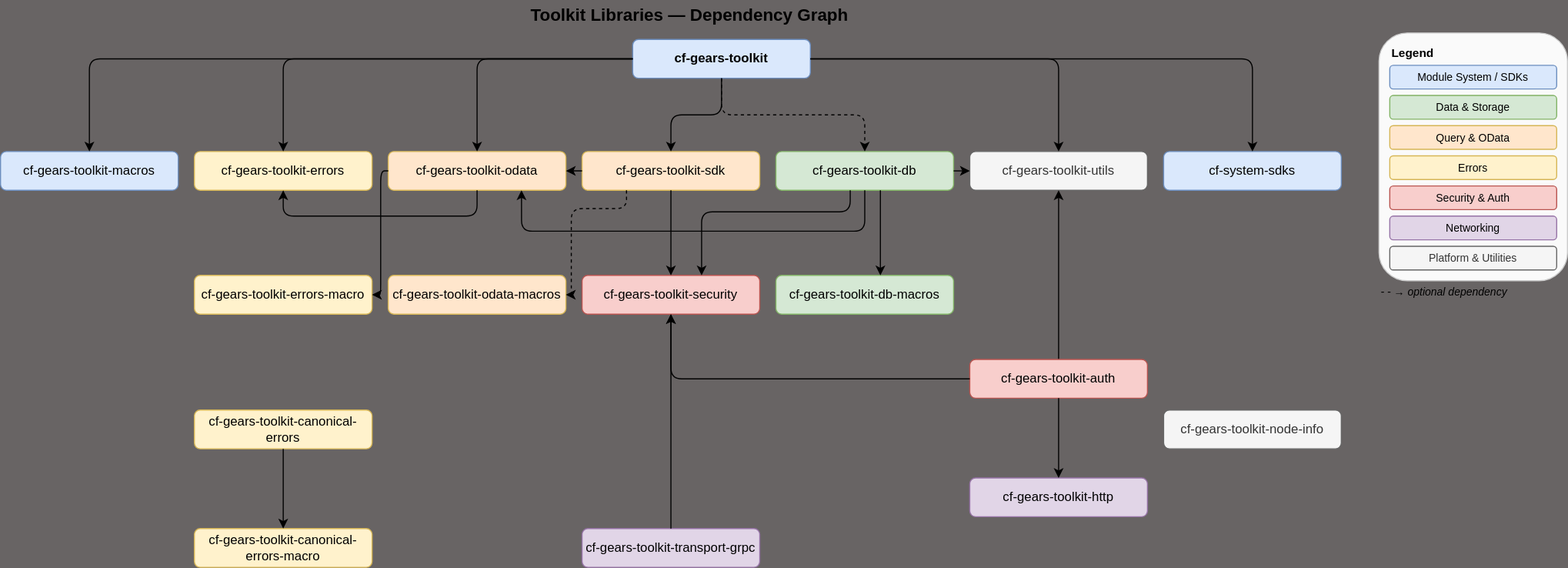
Earlier version of the draw.io export docs/assets/libs-dependencies.drawio.svg (Bechma/cf-docs). Source tidied: cells renumbered, new cells last; positions are measured from the earlier drawing's top-left corner, leaving out a move shared by most shapes. Its diagram source:
```xml
<mxGraphModel background="#686464">
  <root>
    <mxCell id="0" />
    <mxCell id="1" parent="0" />
    <mxCell id="2" value="ModKit Libraries — Dependency Graph" style="text;html=1;strokeColor=none;fillColor=none;align=center;verticalAlign=middle;whiteSpace=wrap;fontSize=16;fontStyle=1;" parent="1" vertex="1">
      <mxGeometry x="190" width="900" height="26" as="geometry" />
    </mxCell>
    <mxCell id="3" value="cf-modkit" style="rounded=1;whiteSpace=wrap;html=1;fillColor=#dae8fc;strokeColor=#6c8ebf;fontStyle=1;fontSize=12;" parent="1" vertex="1">
      <mxGeometry x="587" y="36" width="165" height="36" as="geometry" />
    </mxCell>
    <mxCell id="4" value="cf-modkit-macros" style="rounded=1;whiteSpace=wrap;html=1;fillColor=#dae8fc;strokeColor=#6c8ebf;" parent="1" vertex="1">
      <mxGeometry y="140" width="165" height="36" as="geometry" />
    </mxCell>
    <mxCell id="5" value="cf-modkit-errors" style="rounded=1;whiteSpace=wrap;html=1;fillColor=#fff2cc;strokeColor=#d6b656;" parent="1" vertex="1">
      <mxGeometry x="180" y="140" width="165" height="36" as="geometry" />
    </mxCell>
    <mxCell id="6" value="cf-modkit-odata" style="rounded=1;whiteSpace=wrap;html=1;fillColor=#ffe6cc;strokeColor=#d6b656;" parent="1" vertex="1">
      <mxGeometry x="360" y="140" width="165" height="36" as="geometry" />
    </mxCell>
    <mxCell id="7" value="cf-modkit-sdk" style="rounded=1;whiteSpace=wrap;html=1;fillColor=#ffe6cc;strokeColor=#d6b656;" parent="1" vertex="1">
      <mxGeometry x="540" y="140" width="165" height="36" as="geometry" />
    </mxCell>
    <mxCell id="8" value="cf-modkit-db" style="rounded=1;whiteSpace=wrap;html=1;fillColor=#d5e8d4;strokeColor=#82b366;" parent="1" vertex="1">
      <mxGeometry x="720" y="140" width="165" height="36" as="geometry" />
    </mxCell>
    <mxCell id="9" value="cf-modkit-utils" style="rounded=1;whiteSpace=wrap;html=1;fillColor=#f5f5f5;strokeColor=#666666;fontColor=#333333;" parent="1" vertex="1">
      <mxGeometry x="900" y="140" width="165" height="36" as="geometry" />
    </mxCell>
    <mxCell id="10" value="cf-system-sdks" style="rounded=1;whiteSpace=wrap;html=1;fillColor=#dae8fc;strokeColor=#6c8ebf;" parent="1" vertex="1">
      <mxGeometry x="1080" y="140" width="165" height="36" as="geometry" />
    </mxCell>
    <mxCell id="11" value="cf-modkit-errors-macro" style="rounded=1;whiteSpace=wrap;html=1;fillColor=#fff2cc;strokeColor=#d6b656;" parent="1" vertex="1">
      <mxGeometry x="180" y="255" width="165" height="36" as="geometry" />
    </mxCell>
    <mxCell id="12" value="cf-modkit-odata-macros" style="rounded=1;whiteSpace=wrap;html=1;fillColor=#ffe6cc;strokeColor=#d6b656;" parent="1" vertex="1">
      <mxGeometry x="360" y="255" width="165" height="36" as="geometry" />
    </mxCell>
    <mxCell id="13" value="cf-modkit-security" style="rounded=1;whiteSpace=wrap;html=1;fillColor=#f8cecc;strokeColor=#b85450;" parent="1" vertex="1">
      <mxGeometry x="540" y="255" width="165" height="36" as="geometry" />
    </mxCell>
    <mxCell id="14" value="cf-modkit-db-macros" style="rounded=1;whiteSpace=wrap;html=1;fillColor=#d5e8d4;strokeColor=#82b366;" parent="1" vertex="1">
      <mxGeometry x="720" y="255" width="165" height="36" as="geometry" />
    </mxCell>
    <mxCell id="15" style="edgeStyle=orthogonalEdgeStyle;rounded=0;jettySize=auto;html=1;exitX=0.5;exitY=0;exitDx=0;exitDy=0;entryX=0.5;entryY=1;entryDx=0;entryDy=0;" parent="1" edge="1" source="16" target="9">
      <mxGeometry relative="1" as="geometry" />
    </mxCell>
    <mxCell id="16" value="cf-modkit-auth" style="rounded=1;whiteSpace=wrap;html=1;fillColor=#f8cecc;strokeColor=#b85450;" parent="1" vertex="1">
      <mxGeometry x="900" y="333" width="165" height="36" as="geometry" />
    </mxCell>
    <mxCell id="17" value="cf-modkit-transport-grpc" style="rounded=1;whiteSpace=wrap;html=1;fillColor=#e1d5e7;strokeColor=#9673a6;" parent="1" vertex="1">
      <mxGeometry x="540" y="490" width="165" height="36" as="geometry" />
    </mxCell>
    <mxCell id="18" value="cf-modkit-canonical-errors" style="rounded=1;whiteSpace=wrap;html=1;fillColor=#fff2cc;strokeColor=#d6b656;" parent="1" vertex="1">
      <mxGeometry x="180" y="380" width="165" height="36" as="geometry" />
    </mxCell>
    <mxCell id="19" value="cf-modkit-node-info" style="rounded=1;whiteSpace=wrap;html=1;fillColor=#f5f5f5;strokeColor=#666666;fontColor=#333333;" parent="1" vertex="1">
      <mxGeometry x="1080" y="380" width="165" height="36" as="geometry" />
    </mxCell>
    <mxCell id="20" value="cf-modkit-http" style="rounded=1;whiteSpace=wrap;html=1;fillColor=#e1d5e7;strokeColor=#9673a6;" parent="1" vertex="1">
      <mxGeometry x="900" y="443" width="165" height="36" as="geometry" />
    </mxCell>
    <mxCell id="21" value="cf-modkit-canonical-errors-macro" style="rounded=1;whiteSpace=wrap;html=1;fillColor=#fff2cc;strokeColor=#d6b656;" parent="1" vertex="1">
      <mxGeometry x="180" y="490" width="165" height="36" as="geometry" />
    </mxCell>
    <mxCell id="22" style="rounded=1;whiteSpace=wrap;html=1;fillColor=#fafafa;strokeColor=#cccccc;" parent="1" vertex="1">
      <mxGeometry x="1280" y="30" width="175" height="230" as="geometry" />
    </mxCell>
    <mxCell id="23" value="Legend" style="text;html=1;strokeColor=none;fillColor=none;align=left;fontStyle=1;fontSize=11;" parent="1" vertex="1">
      <mxGeometry x="1290" y="36" width="155" height="20" as="geometry" />
    </mxCell>
    <mxCell id="24" value="Module System / SDKs" style="rounded=1;whiteSpace=wrap;html=1;fillColor=#dae8fc;strokeColor=#6c8ebf;fontSize=10;" parent="1" vertex="1">
      <mxGeometry x="1290" y="60" width="155" height="22" as="geometry" />
    </mxCell>
    <mxCell id="25" value="Data &amp; Storage" style="rounded=1;whiteSpace=wrap;html=1;fillColor=#d5e8d4;strokeColor=#82b366;fontSize=10;" parent="1" vertex="1">
      <mxGeometry x="1290" y="88" width="155" height="22" as="geometry" />
    </mxCell>
    <mxCell id="26" value="Query &amp; OData" style="rounded=1;whiteSpace=wrap;html=1;fillColor=#ffe6cc;strokeColor=#d6b656;fontSize=10;" parent="1" vertex="1">
      <mxGeometry x="1290" y="116" width="155" height="22" as="geometry" />
    </mxCell>
    <mxCell id="27" value="Errors" style="rounded=1;whiteSpace=wrap;html=1;fillColor=#fff2cc;strokeColor=#d6b656;fontSize=10;" parent="1" vertex="1">
      <mxGeometry x="1290" y="144" width="155" height="22" as="geometry" />
    </mxCell>
    <mxCell id="28" value="Security &amp; Auth" style="rounded=1;whiteSpace=wrap;html=1;fillColor=#f8cecc;strokeColor=#b85450;fontSize=10;" parent="1" vertex="1">
      <mxGeometry x="1290" y="172" width="155" height="22" as="geometry" />
    </mxCell>
    <mxCell id="29" value="Networking" style="rounded=1;whiteSpace=wrap;html=1;fillColor=#e1d5e7;strokeColor=#9673a6;fontSize=10;" parent="1" vertex="1">
      <mxGeometry x="1290" y="200" width="155" height="22" as="geometry" />
    </mxCell>
    <mxCell id="30" value="Platform &amp; Utilities" style="rounded=1;whiteSpace=wrap;html=1;fillColor=#f5f5f5;strokeColor=#666666;fontColor=#333333;fontSize=10;" parent="1" vertex="1">
      <mxGeometry x="1290" y="228" width="155" height="22" as="geometry" />
    </mxCell>
    <mxCell id="31" value="- - → optional dependency" style="text;html=1;strokeColor=none;fillColor=none;align=left;fontSize=10;fontStyle=2;" parent="1" vertex="1">
      <mxGeometry x="1280" y="258" width="175" height="18" as="geometry" />
    </mxCell>
    <mxCell id="32" style="edgeStyle=orthogonalEdgeStyle;" parent="1" edge="1" source="3" target="4">
      <mxGeometry relative="1" as="geometry" />
    </mxCell>
    <mxCell id="33" style="edgeStyle=orthogonalEdgeStyle;" parent="1" edge="1" source="3" target="5">
      <mxGeometry relative="1" as="geometry" />
    </mxCell>
    <mxCell id="34" style="edgeStyle=orthogonalEdgeStyle;" parent="1" edge="1" source="3" target="6">
      <mxGeometry relative="1" as="geometry" />
    </mxCell>
    <mxCell id="35" style="edgeStyle=orthogonalEdgeStyle;" parent="1" edge="1" source="3" target="7">
      <mxGeometry relative="1" as="geometry" />
    </mxCell>
    <mxCell id="36" style="edgeStyle=orthogonalEdgeStyle;dashed=1;" parent="1" edge="1" source="3" target="8">
      <mxGeometry relative="1" as="geometry" />
    </mxCell>
    <mxCell id="37" style="edgeStyle=orthogonalEdgeStyle;" parent="1" edge="1" source="3" target="9">
      <mxGeometry relative="1" as="geometry" />
    </mxCell>
    <mxCell id="38" style="edgeStyle=orthogonalEdgeStyle;" parent="1" edge="1" source="3" target="10">
      <mxGeometry relative="1" as="geometry" />
    </mxCell>
    <mxCell id="39" style="edgeStyle=orthogonalEdgeStyle;exitX=0.5;exitY=1;exitDx=0;exitDy=0;entryX=0.5;entryY=1;entryDx=0;entryDy=0;" parent="1" edge="1" source="6" target="5">
      <mxGeometry relative="1" as="geometry">
        <Array as="points">
          <mxPoint x="442" y="200" />
          <mxPoint x="262" y="200" />
        </Array>
      </mxGeometry>
    </mxCell>
    <mxCell id="40" style="edgeStyle=orthogonalEdgeStyle;" parent="1" edge="1" source="6" target="11">
      <mxGeometry relative="1" as="geometry">
        <Array as="points">
          <mxPoint x="353" y="158" />
          <mxPoint x="353" y="273" />
        </Array>
      </mxGeometry>
    </mxCell>
    <mxCell id="41" style="edgeStyle=orthogonalEdgeStyle;exitX=0;exitY=0.5;exitDx=0;exitDy=0;entryX=1;entryY=0.5;entryDx=0;entryDy=0;" parent="1" edge="1" source="7" target="6">
      <mxGeometry relative="1" as="geometry">
        <Array as="points">
          <mxPoint x="531" y="158" />
          <mxPoint x="531" y="158" />
        </Array>
      </mxGeometry>
    </mxCell>
    <mxCell id="42" style="edgeStyle=orthogonalEdgeStyle;" parent="1" edge="1" source="7" target="13">
      <mxGeometry relative="1" as="geometry" />
    </mxCell>
    <mxCell id="43" style="edgeStyle=orthogonalEdgeStyle;dashed=1;exitX=0.25;exitY=1;exitDx=0;exitDy=0;" parent="1" edge="1" source="7" target="12">
      <mxGeometry relative="1" as="geometry">
        <Array as="points">
          <mxPoint x="581" y="193" />
          <mxPoint x="530" y="193" />
          <mxPoint x="530" y="273" />
        </Array>
      </mxGeometry>
    </mxCell>
    <mxCell id="44" style="edgeStyle=orthogonalEdgeStyle;" parent="1" edge="1" source="8" target="14">
      <mxGeometry relative="1" as="geometry">
        <Array as="points">
          <mxPoint x="817" y="233" />
          <mxPoint x="817" y="233" />
        </Array>
      </mxGeometry>
    </mxCell>
    <mxCell id="45" style="edgeStyle=orthogonalEdgeStyle;" parent="1" edge="1" source="8" target="13">
      <mxGeometry relative="1" as="geometry">
        <Array as="points">
          <mxPoint x="789" y="196" />
          <mxPoint x="651" y="196" />
        </Array>
      </mxGeometry>
    </mxCell>
    <mxCell id="46" style="edgeStyle=orthogonalEdgeStyle;exitX=0.5;exitY=1;exitDx=0;exitDy=0;entryX=0.75;entryY=1;entryDx=0;entryDy=0;" parent="1" edge="1" source="8" target="6">
      <mxGeometry relative="1" as="geometry">
        <Array as="points">
          <mxPoint x="803" y="214" />
          <mxPoint x="484" y="214" />
        </Array>
      </mxGeometry>
    </mxCell>
    <mxCell id="47" style="edgeStyle=orthogonalEdgeStyle;exitX=1;exitY=0.5;exitDx=0;exitDy=0;entryX=0;entryY=0.5;entryDx=0;entryDy=0;" parent="1" edge="1" source="8" target="9">
      <mxGeometry relative="1" as="geometry">
        <Array as="points">
          <mxPoint x="891" y="158" />
          <mxPoint x="891" y="158" />
        </Array>
      </mxGeometry>
    </mxCell>
    <mxCell id="48" style="edgeStyle=orthogonalEdgeStyle;" parent="1" edge="1" source="16" target="13">
      <mxGeometry relative="1" as="geometry" />
    </mxCell>
    <mxCell id="49" style="edgeStyle=orthogonalEdgeStyle;" parent="1" edge="1" source="16" target="20">
      <mxGeometry relative="1" as="geometry" />
    </mxCell>
    <mxCell id="50" style="edgeStyle=orthogonalEdgeStyle;" parent="1" edge="1" source="17" target="13">
      <mxGeometry relative="1" as="geometry" />
    </mxCell>
    <mxCell id="51" style="edgeStyle=orthogonalEdgeStyle;" parent="1" edge="1" source="18" target="21">
      <mxGeometry relative="1" as="geometry" />
    </mxCell>
  </root>
</mxGraphModel>
```
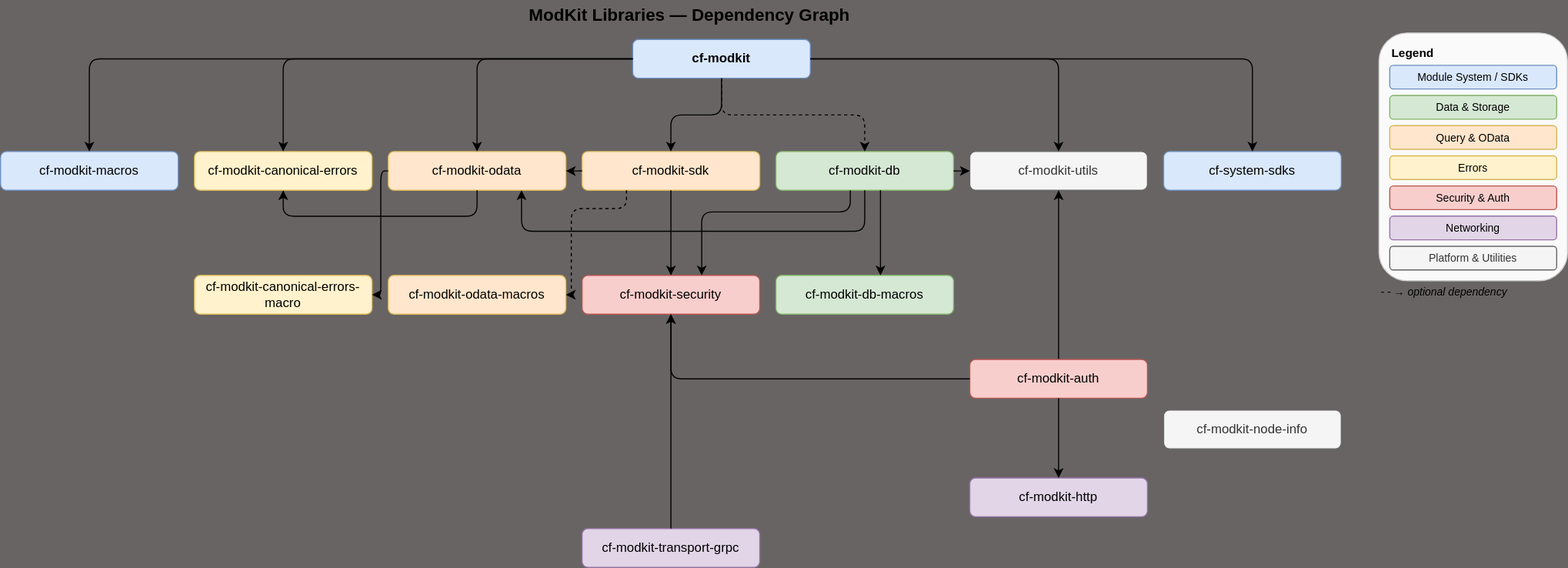
Later version of the same file.

Commit message:
Fix stale node names

What changed in the source:
```diff
@@ -11,7 +11,7 @@
     <mxCell id="4" value="cf-modkit-macros" style="rounded=1;whiteSpace=wrap;html=1;fillColor=#dae8fc;strokeColor=#6c8ebf;" parent="1" vertex="1">
       <mxGeometry y="140" width="165" height="36" as="geometry" />
     </mxCell>
-    <mxCell id="5" value="cf-modkit-errors" style="rounded=1;whiteSpace=wrap;html=1;fillColor=#fff2cc;strokeColor=#d6b656;" parent="1" vertex="1">
+    <mxCell id="5" value="cf-modkit-canonical-&lt;span style=&quot;background-color: transparent; color: light-dark(rgb(0, 0, 0), rgb(255, 255, 255));&quot;&gt;errors&lt;/span&gt;" style="rounded=1;whiteSpace=wrap;html=1;fillColor=#fff2cc;strokeColor=#d6b656;" parent="1" vertex="1">
       <mxGeometry x="180" y="140" width="165" height="36" as="geometry" />
     </mxCell>
     <mxCell id="6" value="cf-modkit-odata" style="rounded=1;whiteSpace=wrap;html=1;fillColor=#ffe6cc;strokeColor=#d6b656;" parent="1" vertex="1">
@@ -29,7 +29,7 @@
     <mxCell id="10" value="cf-system-sdks" style="rounded=1;whiteSpace=wrap;html=1;fillColor=#dae8fc;strokeColor=#6c8ebf;" parent="1" vertex="1">
       <mxGeometry x="1080" y="140" width="165" height="36" as="geometry" />
     </mxCell>
-    <mxCell id="11" value="cf-modkit-errors-macro" style="rounded=1;whiteSpace=wrap;html=1;fillColor=#fff2cc;strokeColor=#d6b656;" parent="1" vertex="1">
+    <mxCell id="11" value="cf-modkit-canonical-&lt;span style=&quot;background-color: transparent; color: light-dark(rgb(0, 0, 0), rgb(255, 255, 255));&quot;&gt;errors-macro&lt;/span&gt;" style="rounded=1;whiteSpace=wrap;html=1;fillColor=#fff2cc;strokeColor=#d6b656;" parent="1" vertex="1">
       <mxGeometry x="180" y="255" width="165" height="36" as="geometry" />
     </mxCell>
     <mxCell id="12" value="cf-modkit-odata-macros" style="rounded=1;whiteSpace=wrap;html=1;fillColor=#ffe6cc;strokeColor=#d6b656;" parent="1" vertex="1">
@@ -50,18 +50,12 @@
     <mxCell id="17" value="cf-modkit-transport-grpc" style="rounded=1;whiteSpace=wrap;html=1;fillColor=#e1d5e7;strokeColor=#9673a6;" parent="1" vertex="1">
       <mxGeometry x="540" y="490" width="165" height="36" as="geometry" />
     </mxCell>
-    <mxCell id="18" value="cf-modkit-canonical-errors" style="rounded=1;whiteSpace=wrap;html=1;fillColor=#fff2cc;strokeColor=#d6b656;" parent="1" vertex="1">
-      <mxGeometry x="180" y="380" width="165" height="36" as="geometry" />
-    </mxCell>
     <mxCell id="19" value="cf-modkit-node-info" style="rounded=1;whiteSpace=wrap;html=1;fillColor=#f5f5f5;strokeColor=#666666;fontColor=#333333;" parent="1" vertex="1">
       <mxGeometry x="1080" y="380" width="165" height="36" as="geometry" />
     </mxCell>
     <mxCell id="20" value="cf-modkit-http" style="rounded=1;whiteSpace=wrap;html=1;fillColor=#e1d5e7;strokeColor=#9673a6;" parent="1" vertex="1">
       <mxGeometry x="900" y="443" width="165" height="36" as="geometry" />
     </mxCell>
-    <mxCell id="21" value="cf-modkit-canonical-errors-macro" style="rounded=1;whiteSpace=wrap;html=1;fillColor=#fff2cc;strokeColor=#d6b656;" parent="1" vertex="1">
-      <mxGeometry x="180" y="490" width="165" height="36" as="geometry" />
-    </mxCell>
     <mxCell id="22" style="rounded=1;whiteSpace=wrap;html=1;fillColor=#fafafa;strokeColor=#cccccc;" parent="1" vertex="1">
       <mxGeometry x="1280" y="30" width="175" height="230" as="geometry" />
     </mxCell>
@@ -190,8 +184,5 @@
     <mxCell id="50" style="edgeStyle=orthogonalEdgeStyle;" parent="1" edge="1" source="17" target="13">
       <mxGeometry relative="1" as="geometry" />
     </mxCell>
-    <mxCell id="51" style="edgeStyle=orthogonalEdgeStyle;" parent="1" edge="1" source="18" target="21">
-      <mxGeometry relative="1" as="geometry" />
-    </mxCell>
   </root>
 </mxGraphModel>
```
